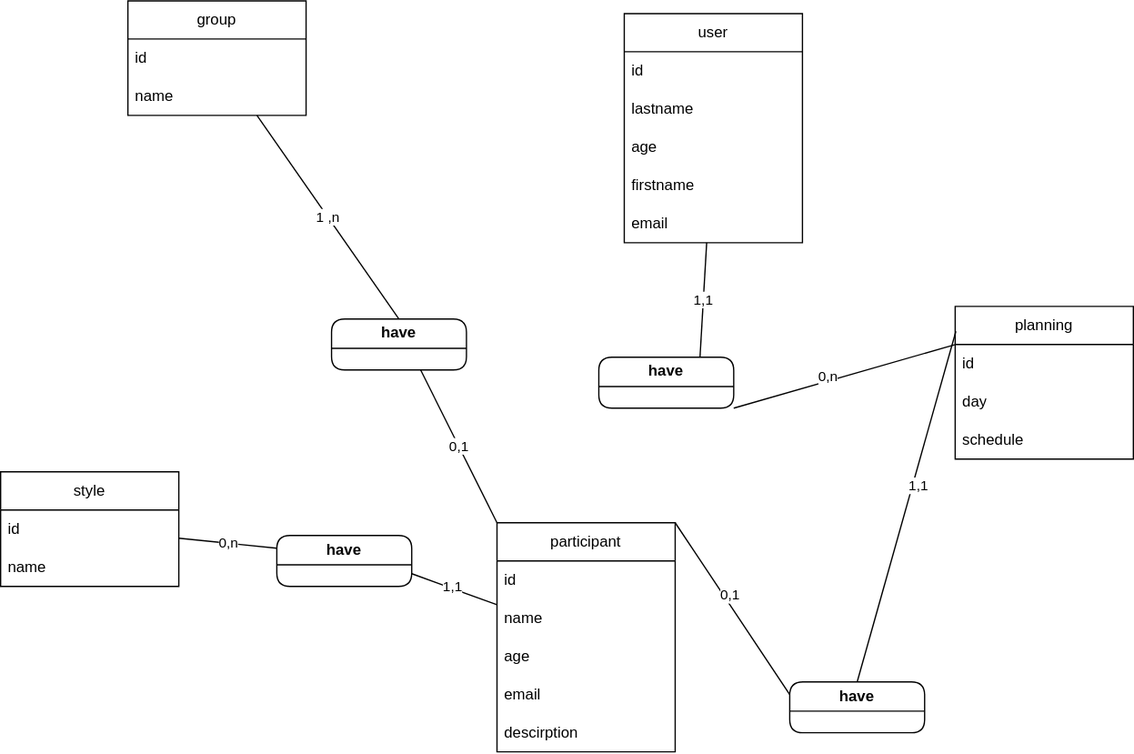
Before: code/server/merise/MCD.rockny2.drawio.svg, a diagram exported from draw.io (Maimoudia/Rockny2). Source tidied: cells renumbered, new cells last; positions are measured from the earlier drawing's top-left corner, leaving out a move shared by most shapes. Source of this version:
```xml
<mxGraphModel>
  <root>
    <mxCell id="0" />
    <mxCell id="1" parent="0" />
    <mxCell id="2" value="group" style="swimlane;fontStyle=0;horizontal=1;startSize=30;whiteSpace=wrap;html=1;" parent="1" vertex="1">
      <mxGeometry x="100" width="140" height="90" as="geometry" />
    </mxCell>
    <mxCell id="3" value="id" style="text;strokeColor=none;fillColor=none;align=left;verticalAlign=middle;spacingLeft=4;spacingRight=4;overflow=hidden;whiteSpace=wrap;html=1;" parent="2" vertex="1">
      <mxGeometry y="30" width="140" height="30" as="geometry" />
    </mxCell>
    <mxCell id="4" value="name" style="text;strokeColor=none;fillColor=none;align=left;verticalAlign=middle;spacingLeft=4;spacingRight=4;overflow=hidden;whiteSpace=wrap;html=1;" parent="2" vertex="1">
      <mxGeometry y="60" width="140" height="30" as="geometry" />
    </mxCell>
    <mxCell id="5" value="user" style="swimlane;fontStyle=0;horizontal=1;startSize=30;whiteSpace=wrap;html=1;" parent="1" vertex="1">
      <mxGeometry x="490" y="10" width="140" height="180" as="geometry" />
    </mxCell>
    <mxCell id="6" value="id&amp;nbsp;" style="text;strokeColor=none;fillColor=none;align=left;verticalAlign=middle;spacingLeft=4;spacingRight=4;overflow=hidden;whiteSpace=wrap;html=1;" parent="5" vertex="1">
      <mxGeometry y="30" width="140" height="30" as="geometry" />
    </mxCell>
    <mxCell id="7" value="lastname" style="text;strokeColor=none;fillColor=none;align=left;verticalAlign=middle;spacingLeft=4;spacingRight=4;overflow=hidden;whiteSpace=wrap;html=1;" parent="5" vertex="1">
      <mxGeometry y="60" width="140" height="30" as="geometry" />
    </mxCell>
    <mxCell id="8" value="age" style="text;strokeColor=none;fillColor=none;align=left;verticalAlign=middle;spacingLeft=4;spacingRight=4;overflow=hidden;whiteSpace=wrap;html=1;" parent="5" vertex="1">
      <mxGeometry y="90" width="140" height="30" as="geometry" />
    </mxCell>
    <mxCell id="9" value="firstname" style="text;strokeColor=none;fillColor=none;align=left;verticalAlign=middle;spacingLeft=4;spacingRight=4;overflow=hidden;whiteSpace=wrap;html=1;" parent="5" vertex="1">
      <mxGeometry y="120" width="140" height="30" as="geometry" />
    </mxCell>
    <mxCell id="10" value="email" style="text;strokeColor=none;fillColor=none;align=left;verticalAlign=middle;spacingLeft=4;spacingRight=4;overflow=hidden;whiteSpace=wrap;html=1;" parent="5" vertex="1">
      <mxGeometry y="150" width="140" height="30" as="geometry" />
    </mxCell>
    <mxCell id="11" value="planning" style="swimlane;fontStyle=0;horizontal=1;startSize=30;whiteSpace=wrap;html=1;" parent="1" vertex="1">
      <mxGeometry x="750" y="240" width="140" height="120" as="geometry" />
    </mxCell>
    <mxCell id="12" value="id" style="text;strokeColor=none;fillColor=none;align=left;verticalAlign=middle;spacingLeft=4;spacingRight=4;overflow=hidden;whiteSpace=wrap;html=1;" parent="11" vertex="1">
      <mxGeometry y="30" width="140" height="30" as="geometry" />
    </mxCell>
    <mxCell id="13" value="day" style="text;strokeColor=none;fillColor=none;align=left;verticalAlign=middle;spacingLeft=4;spacingRight=4;overflow=hidden;whiteSpace=wrap;html=1;" parent="11" vertex="1">
      <mxGeometry y="60" width="140" height="30" as="geometry" />
    </mxCell>
    <mxCell id="14" value="schedule" style="text;strokeColor=none;fillColor=none;align=left;verticalAlign=middle;spacingLeft=4;spacingRight=4;overflow=hidden;whiteSpace=wrap;html=1;" parent="11" vertex="1">
      <mxGeometry y="90" width="140" height="30" as="geometry" />
    </mxCell>
    <mxCell id="15" value="style" style="swimlane;fontStyle=0;horizontal=1;startSize=30;whiteSpace=wrap;html=1;" parent="1" vertex="1">
      <mxGeometry y="370" width="140" height="90" as="geometry" />
    </mxCell>
    <mxCell id="16" value="id" style="text;strokeColor=none;fillColor=none;align=left;verticalAlign=middle;spacingLeft=4;spacingRight=4;overflow=hidden;whiteSpace=wrap;html=1;" parent="15" vertex="1">
      <mxGeometry y="30" width="140" height="30" as="geometry" />
    </mxCell>
    <mxCell id="17" value="name" style="text;strokeColor=none;fillColor=none;align=left;verticalAlign=middle;spacingLeft=4;spacingRight=4;overflow=hidden;whiteSpace=wrap;html=1;" parent="15" vertex="1">
      <mxGeometry y="60" width="140" height="30" as="geometry" />
    </mxCell>
    <mxCell id="18" value="participant" style="swimlane;fontStyle=0;horizontal=1;startSize=30;whiteSpace=wrap;html=1;" parent="1" vertex="1">
      <mxGeometry x="390" y="410" width="140" height="180" as="geometry" />
    </mxCell>
    <mxCell id="19" value="id&amp;nbsp;" style="text;strokeColor=none;fillColor=none;align=left;verticalAlign=middle;spacingLeft=4;spacingRight=4;overflow=hidden;whiteSpace=wrap;html=1;" parent="18" vertex="1">
      <mxGeometry y="30" width="140" height="30" as="geometry" />
    </mxCell>
    <mxCell id="20" value="name" style="text;strokeColor=none;fillColor=none;align=left;verticalAlign=middle;spacingLeft=4;spacingRight=4;overflow=hidden;whiteSpace=wrap;html=1;" parent="18" vertex="1">
      <mxGeometry y="60" width="140" height="30" as="geometry" />
    </mxCell>
    <mxCell id="21" value="age" style="text;strokeColor=none;fillColor=none;align=left;verticalAlign=middle;spacingLeft=4;spacingRight=4;overflow=hidden;whiteSpace=wrap;html=1;" parent="18" vertex="1">
      <mxGeometry y="90" width="140" height="30" as="geometry" />
    </mxCell>
    <mxCell id="22" value="email" style="text;strokeColor=none;fillColor=none;align=left;verticalAlign=middle;spacingLeft=4;spacingRight=4;overflow=hidden;whiteSpace=wrap;html=1;" parent="18" vertex="1">
      <mxGeometry y="120" width="140" height="30" as="geometry" />
    </mxCell>
    <mxCell id="23" value="descirption" style="text;strokeColor=none;fillColor=none;align=left;verticalAlign=middle;spacingLeft=4;spacingRight=4;overflow=hidden;whiteSpace=wrap;html=1;" parent="18" vertex="1">
      <mxGeometry y="150" width="140" height="30" as="geometry" />
    </mxCell>
    <mxCell id="24" value="have&lt;br&gt;" style="swimlane;whiteSpace=wrap;html=1;rounded=1;" parent="1" vertex="1">
      <mxGeometry x="217" y="420" width="106" height="40" as="geometry" />
    </mxCell>
    <mxCell id="25" style="endArrow=none;html=1;entryX=1;entryY=0.75;entryDx=0;entryDy=0;" parent="1" edge="1" source="18" target="24">
      <mxGeometry relative="1" as="geometry" />
    </mxCell>
    <mxCell id="26" value="1,1" style="edgeLabel;html=1;align=center;verticalAlign=middle;" parent="25" vertex="1">
      <mxGeometry x="0.09" y="-2" relative="1" as="geometry" />
    </mxCell>
    <mxCell id="27" value="0,n" style="endArrow=none;html=1;entryX=0;entryY=0.25;entryDx=0;entryDy=0;" parent="1" edge="1" source="15" target="24">
      <mxGeometry relative="1" as="geometry" />
    </mxCell>
    <mxCell id="28" value="have&lt;br&gt;" style="swimlane;whiteSpace=wrap;html=1;rounded=1;" parent="1" vertex="1">
      <mxGeometry x="260" y="250" width="106" height="40" as="geometry" />
    </mxCell>
    <mxCell id="29" value="&lt;span class=&quot;hljs-number&quot;&gt;1&lt;/span&gt;,n" style="endArrow=none;html=1;exitX=0.5;exitY=0;exitDx=0;exitDy=0;" parent="1" edge="1" source="28" target="2">
      <mxGeometry relative="1" as="geometry" />
    </mxCell>
    <mxCell id="30" value="0,1" style="endArrow=none;html=1;entryX=0;entryY=0;entryDx=0;entryDy=0;" parent="1" edge="1" target="18">
      <mxGeometry relative="1" as="geometry">
        <mxPoint x="330" y="290" as="sourcePoint" />
      </mxGeometry>
    </mxCell>
    <mxCell id="31" value="have&lt;br&gt;" style="swimlane;whiteSpace=wrap;html=1;rounded=1;" parent="1" vertex="1">
      <mxGeometry x="470" y="280" width="106" height="40" as="geometry" />
    </mxCell>
    <mxCell id="32" value="1,1" style="endArrow=none;html=1;exitX=0.75;exitY=0;exitDx=0;exitDy=0;" parent="1" edge="1" source="31" target="5">
      <mxGeometry relative="1" as="geometry" />
    </mxCell>
    <mxCell id="33" style="endArrow=none;html=1;exitX=1;exitY=1;exitDx=0;exitDy=0;entryX=0;entryY=0.25;entryDx=0;entryDy=0;" parent="1" edge="1" source="31" target="11">
      <mxGeometry relative="1" as="geometry" />
    </mxCell>
    <mxCell id="34" value="0,n" style="edgeLabel;html=1;align=center;verticalAlign=middle;" parent="33" vertex="1">
      <mxGeometry x="-0.13" y="4" relative="1" as="geometry" />
    </mxCell>
    <mxCell id="35" style="endArrow=none;html=1;exitX=1;exitY=0;exitDx=0;exitDy=0;entryX=0;entryY=0.25;entryDx=0;entryDy=0;" parent="1" edge="1" source="18" target="37">
      <mxGeometry relative="1" as="geometry" />
    </mxCell>
    <mxCell id="36" value="0,1" style="edgeLabel;html=1;align=center;verticalAlign=middle;" parent="35" vertex="1">
      <mxGeometry x="-0.13" y="4" relative="1" as="geometry" />
    </mxCell>
    <mxCell id="37" value="have&lt;br&gt;" style="swimlane;whiteSpace=wrap;html=1;rounded=1;" parent="1" vertex="1">
      <mxGeometry x="620" y="535" width="106" height="40" as="geometry" />
    </mxCell>
    <mxCell id="38" style="endArrow=none;html=1;exitX=0.004;exitY=0.163;exitDx=0;exitDy=0;entryX=0.5;entryY=0;entryDx=0;entryDy=0;exitPerimeter=0;" parent="1" edge="1" source="11" target="37">
      <mxGeometry relative="1" as="geometry" />
    </mxCell>
    <mxCell id="39" value="1,1" style="edgeLabel;html=1;align=center;verticalAlign=middle;" parent="38" vertex="1">
      <mxGeometry x="-0.13" y="4" relative="1" as="geometry" />
    </mxCell>
  </root>
</mxGraphModel>
```
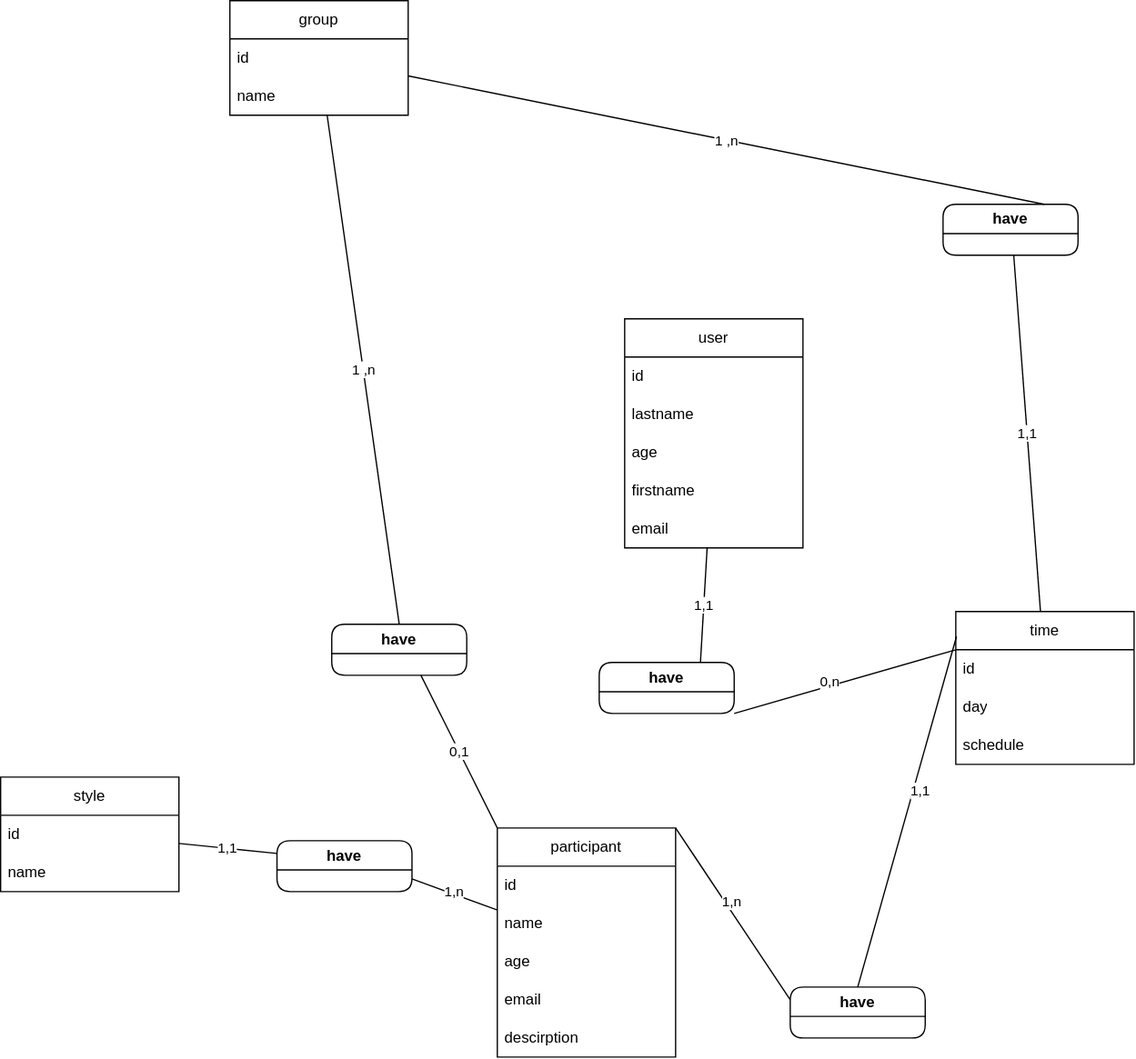
The same diagram one commit later.

What changed in the source:
```diff
@@ -3,7 +3,7 @@
     <mxCell id="0" />
     <mxCell id="1" parent="0" />
     <mxCell id="2" value="group" style="swimlane;fontStyle=0;horizontal=1;startSize=30;whiteSpace=wrap;html=1;" parent="1" vertex="1">
-      <mxGeometry x="100" width="140" height="90" as="geometry" />
+      <mxGeometry x="180" y="-240" width="140" height="90" as="geometry" />
     </mxCell>
     <mxCell id="3" value="id" style="text;strokeColor=none;fillColor=none;align=left;verticalAlign=middle;spacingLeft=4;spacingRight=4;overflow=hidden;whiteSpace=wrap;html=1;" parent="2" vertex="1">
       <mxGeometry y="30" width="140" height="30" as="geometry" />
@@ -29,7 +29,7 @@
     <mxCell id="10" value="email" style="text;strokeColor=none;fillColor=none;align=left;verticalAlign=middle;spacingLeft=4;spacingRight=4;overflow=hidden;whiteSpace=wrap;html=1;" parent="5" vertex="1">
       <mxGeometry y="150" width="140" height="30" as="geometry" />
     </mxCell>
-    <mxCell id="11" value="planning" style="swimlane;fontStyle=0;horizontal=1;startSize=30;whiteSpace=wrap;html=1;" parent="1" vertex="1">
+    <mxCell id="11" value="time" style="swimlane;fontStyle=0;horizontal=1;startSize=30;whiteSpace=wrap;html=1;" parent="1" vertex="1">
       <mxGeometry x="750" y="240" width="140" height="120" as="geometry" />
     </mxCell>
     <mxCell id="12" value="id" style="text;strokeColor=none;fillColor=none;align=left;verticalAlign=middle;spacingLeft=4;spacingRight=4;overflow=hidden;whiteSpace=wrap;html=1;" parent="11" vertex="1">
@@ -74,10 +74,10 @@
     <mxCell id="25" style="endArrow=none;html=1;entryX=1;entryY=0.75;entryDx=0;entryDy=0;" parent="1" edge="1" source="18" target="24">
       <mxGeometry relative="1" as="geometry" />
     </mxCell>
-    <mxCell id="26" value="1,1" style="edgeLabel;html=1;align=center;verticalAlign=middle;" parent="25" vertex="1">
+    <mxCell id="26" value="1,n" style="edgeLabel;html=1;align=center;verticalAlign=middle;" parent="25" vertex="1">
       <mxGeometry x="0.09" y="-2" relative="1" as="geometry" />
     </mxCell>
-    <mxCell id="27" value="0,n" style="endArrow=none;html=1;entryX=0;entryY=0.25;entryDx=0;entryDy=0;" parent="1" edge="1" source="15" target="24">
+    <mxCell id="27" value="1,1" style="endArrow=none;html=1;entryX=0;entryY=0.25;entryDx=0;entryDy=0;" parent="1" edge="1" source="15" target="24">
       <mxGeometry relative="1" as="geometry" />
     </mxCell>
     <mxCell id="28" value="have&lt;br&gt;" style="swimlane;whiteSpace=wrap;html=1;rounded=1;" parent="1" vertex="1">
@@ -106,7 +106,7 @@
     <mxCell id="35" style="endArrow=none;html=1;exitX=1;exitY=0;exitDx=0;exitDy=0;entryX=0;entryY=0.25;entryDx=0;entryDy=0;" parent="1" edge="1" source="18" target="37">
       <mxGeometry relative="1" as="geometry" />
     </mxCell>
-    <mxCell id="36" value="0,1" style="edgeLabel;html=1;align=center;verticalAlign=middle;" parent="35" vertex="1">
+    <mxCell id="36" value="1,n" style="edgeLabel;html=1;align=center;verticalAlign=middle;" parent="35" vertex="1">
       <mxGeometry x="-0.13" y="4" relative="1" as="geometry" />
     </mxCell>
     <mxCell id="37" value="have&lt;br&gt;" style="swimlane;whiteSpace=wrap;html=1;rounded=1;" parent="1" vertex="1">
@@ -118,5 +118,17 @@
     <mxCell id="39" value="1,1" style="edgeLabel;html=1;align=center;verticalAlign=middle;" parent="38" vertex="1">
       <mxGeometry x="-0.13" y="4" relative="1" as="geometry" />
     </mxCell>
+    <mxCell id="40" value="have&lt;br&gt;" style="swimlane;whiteSpace=wrap;html=1;rounded=1;" parent="1" vertex="1">
+      <mxGeometry x="740" y="-80" width="106" height="40" as="geometry" />
+    </mxCell>
+    <mxCell id="41" value="&lt;span class=&quot;hljs-number&quot;&gt;1&lt;/span&gt;,n" style="endArrow=none;html=1;exitX=0.75;exitY=0;exitDx=0;exitDy=0;" parent="1" edge="1" source="40" target="2">
+      <mxGeometry relative="1" as="geometry" />
+    </mxCell>
+    <mxCell id="42" value="1,1" style="endArrow=none;html=1;" parent="1" edge="1">
+      <mxGeometry relative="1" as="geometry">
+        <mxPoint x="816.5" y="240" as="sourcePoint" />
+        <mxPoint x="795.5" y="-40" as="targetPoint" />
+      </mxGeometry>
+    </mxCell>
   </root>
 </mxGraphModel>
```
